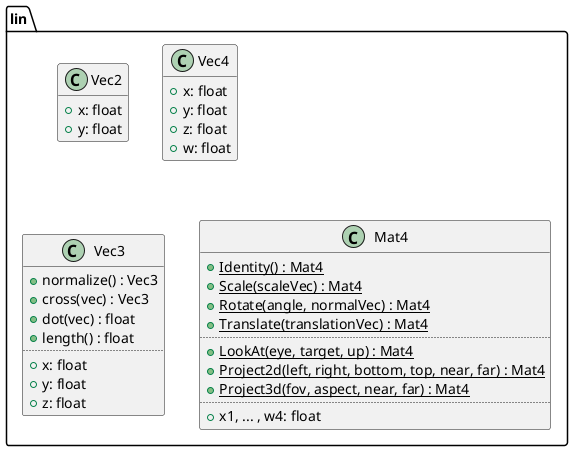
Earlier version of the PlantUML export design/math.png (ba6er/marblemaze).
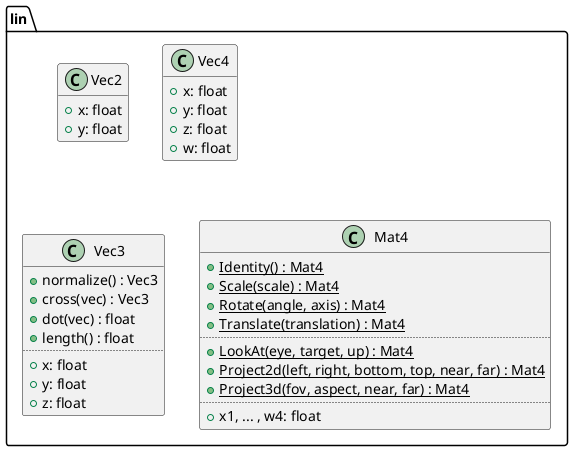
The same diagram one commit later.

Commit message:
Cosmetic changes to UML, renamed thingVec to thing in math.puml and shapes.puml

What changed in the source:
```diff
@@ -28,9 +28,9 @@
 
 class lin::Mat4 {
 	{static} +Identity() : Mat4
-	{static} +Scale(scaleVec) : Mat4
-	{static} +Rotate(angle, normalVec) : Mat4
-	{static} +Translate(translationVec) : Mat4
+	{static} +Scale(scale) : Mat4
+	{static} +Rotate(angle, axis) : Mat4
+	{static} +Translate(translation) : Mat4
 	..
 	{static} +LookAt(eye, target, up) : Mat4
 	{static} +Project2d(left, right, bottom, top, near, far) : Mat4
```
